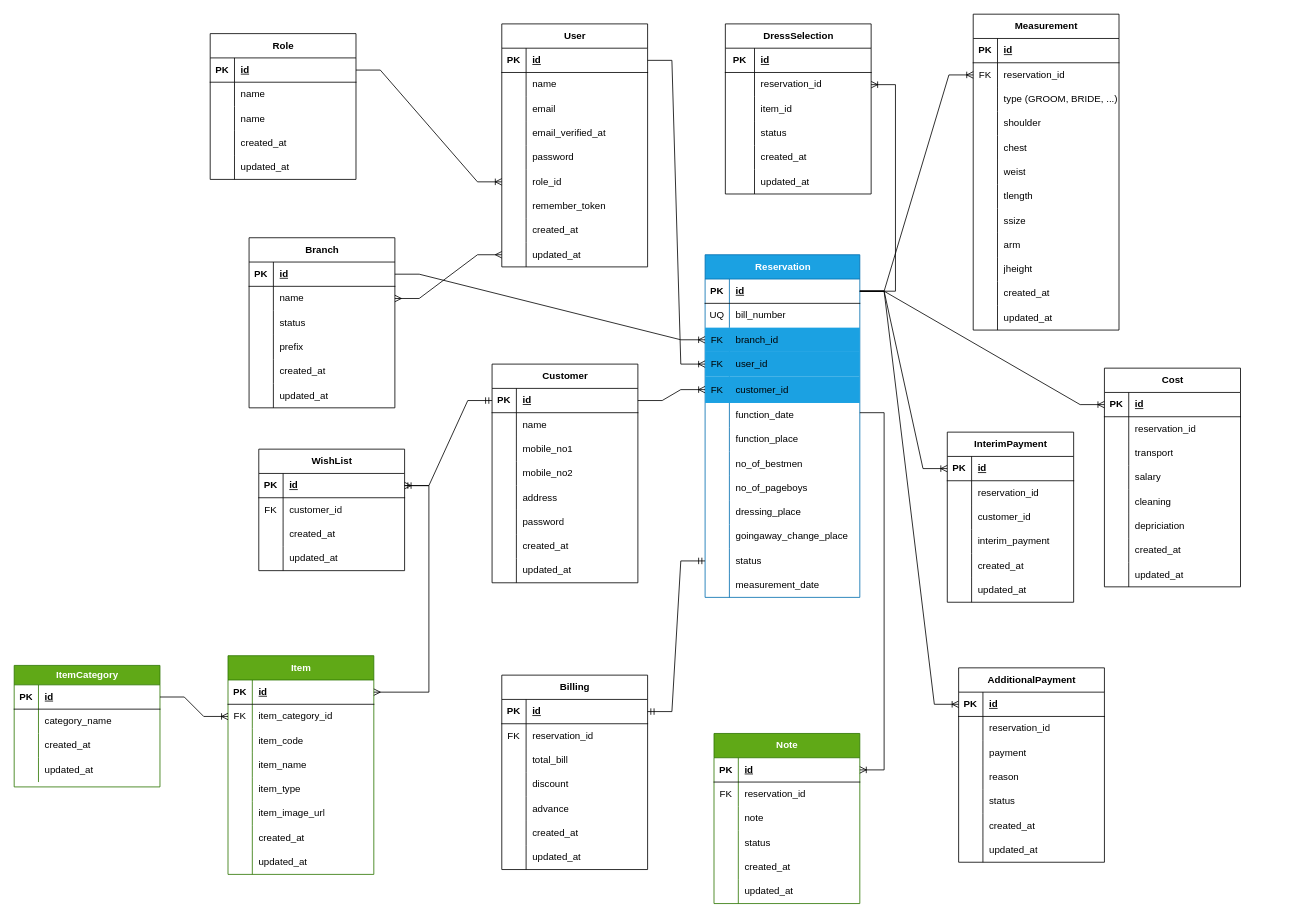
Earlier version of the draw.io diagram ERDiagram.drawio (ranidu-harshana/SriKulaMedura). Source tidied: cells renumbered, new cells numbered last; positions are measured from the earlier drawing's top-left corner, leaving out a move shared by most shapes. Both pictures are drawn from the tidied source at 81%, with x=0, y=0 at pixel (14, 14).
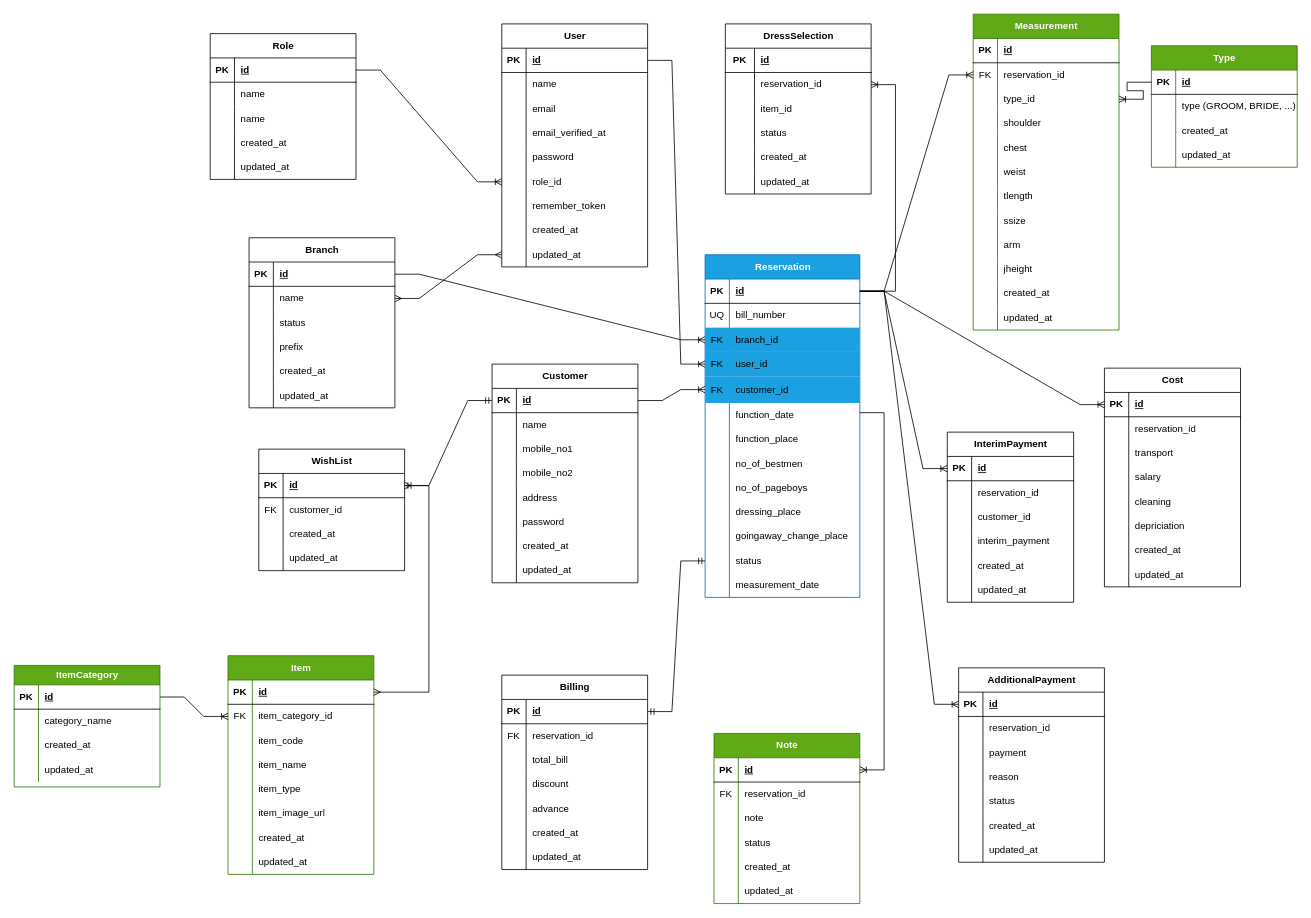
The same page after the edit.

Unchanged cells that the change refers to:
```xml
<mxCell id="72" style="shape=tableRow;horizontal=0;startSize=0;swimlaneHead=0;swimlaneBody=0;fillColor=none;points=[[0,0.5],[1,0.5]];portConstraint=eastwest;top=0;left=0;right=0;bottom=0;" parent="65" vertex="1">
  <mxGeometry y="90" width="180" height="30" as="geometry" />
</mxCell>
```

Diff of the diagram source:
```diff
@@
-    <mxCell id="65" value="Measurement" style="shape=table;startSize=30;childLayout=tableLayout;rowLines=0;fontStyle=1;align=center;html=1;" parent="1" vertex="1">
+    <mxCell id="65" value="Measurement" style="shape=table;startSize=30;childLayout=tableLayout;rowLines=0;fontStyle=1;align=center;html=1;fillColor=#60a917;fontColor=#ffffff;strokeColor=#2D7600;" parent="1" vertex="1">
       <mxGeometry x="1184" width="180" height="390" as="geometry" />
     </mxCell>
@@
-    <mxCell id="74" value="type (GROOM, BRIDE, ...)" style="shape=partialRectangle;fillColor=none;top=0;left=0;bottom=0;right=0;align=left;spacingLeft=6;overflow=hidden;whiteSpace=wrap;html=1;" parent="72" vertex="1">
+    <mxCell id="74" value="type_id" style="shape=partialRectangle;fillColor=none;top=0;left=0;bottom=0;right=0;align=left;spacingLeft=6;overflow=hidden;whiteSpace=wrap;html=1;" parent="72" vertex="1">
       <mxGeometry x="30" width="150" height="30" as="geometry" />
     </mxCell>
@@
+    <mxCell id="359" value="Type" style="shape=table;startSize=30;childLayout=tableLayout;rowLines=0;fontStyle=1;align=center;html=1;fillColor=#60a917;fontColor=#ffffff;strokeColor=#2D7600;" parent="1" vertex="1">
+      <mxGeometry x="1404" y="39" width="180" height="150" as="geometry" />
+    </mxCell>
+    <mxCell id="360" style="shape=tableRow;horizontal=0;startSize=0;swimlaneHead=0;swimlaneBody=0;fillColor=none;points=[[0,0.5],[1,0.5]];portConstraint=eastwest;top=0;left=0;right=0;bottom=1;" parent="359" vertex="1">
+      <mxGeometry y="30" width="180" height="30" as="geometry" />
+    </mxCell>
+    <mxCell id="361" value="PK" style="shape=partialRectangle;fillColor=none;top=0;left=0;bottom=0;right=0;fontStyle=1;overflow=hidden;whiteSpace=wrap;html=1;" parent="360" vertex="1">
+      <mxGeometry width="30" height="30" as="geometry" />
+    </mxCell>
+    <mxCell id="362" value="id" style="shape=partialRectangle;fillColor=none;top=0;left=0;bottom=0;right=0;align=left;spacingLeft=6;fontStyle=5;overflow=hidden;whiteSpace=wrap;html=1;" parent="360" vertex="1">
+      <mxGeometry x="30" width="150" height="30" as="geometry" />
+    </mxCell>
+    <mxCell id="363" style="shape=tableRow;horizontal=0;startSize=0;swimlaneHead=0;swimlaneBody=0;fillColor=none;top=0;left=0;right=0;bottom=0;" parent="359" vertex="1">
+      <mxGeometry y="60" width="180" height="30" as="geometry" />
+    </mxCell>
+    <mxCell id="364" style="shape=partialRectangle;fillColor=none;top=0;left=0;bottom=0;right=0;overflow=hidden;whiteSpace=wrap;html=1;" parent="363" vertex="1">
+      <mxGeometry width="30" height="30" as="geometry" />
+    </mxCell>
+    <mxCell id="365" value="type (GROOM, BRIDE, ...)" style="shape=partialRectangle;fillColor=none;top=0;left=0;bottom=0;right=0;align=left;spacingLeft=6;overflow=hidden;whiteSpace=wrap;html=1;" parent="363" vertex="1">
+      <mxGeometry x="30" width="150" height="30" as="geometry" />
+    </mxCell>
+    <mxCell id="366" style="shape=tableRow;horizontal=0;startSize=0;swimlaneHead=0;swimlaneBody=0;fillColor=none;top=0;left=0;right=0;bottom=0;" parent="359" vertex="1">
+      <mxGeometry y="90" width="180" height="30" as="geometry" />
+    </mxCell>
+    <mxCell id="367" style="shape=partialRectangle;fillColor=none;top=0;left=0;bottom=0;right=0;overflow=hidden;whiteSpace=wrap;html=1;" parent="366" vertex="1">
+      <mxGeometry width="30" height="30" as="geometry" />
+    </mxCell>
+    <mxCell id="368" value="created_at" style="shape=partialRectangle;fillColor=none;top=0;left=0;bottom=0;right=0;align=left;spacingLeft=6;overflow=hidden;whiteSpace=wrap;html=1;" parent="366" vertex="1">
+      <mxGeometry x="30" width="150" height="30" as="geometry" />
+    </mxCell>
+    <mxCell id="369" style="shape=tableRow;horizontal=0;startSize=0;swimlaneHead=0;swimlaneBody=0;fillColor=none;top=0;left=0;right=0;bottom=0;" parent="359" vertex="1">
+      <mxGeometry y="120" width="180" height="30" as="geometry" />
+    </mxCell>
+    <mxCell id="370" style="shape=partialRectangle;fillColor=none;top=0;left=0;bottom=0;right=0;overflow=hidden;whiteSpace=wrap;html=1;" parent="369" vertex="1">
+      <mxGeometry width="30" height="30" as="geometry" />
+    </mxCell>
+    <mxCell id="371" value="updated_at" style="shape=partialRectangle;fillColor=none;top=0;left=0;bottom=0;right=0;align=left;spacingLeft=6;overflow=hidden;whiteSpace=wrap;html=1;" parent="369" vertex="1">
+      <mxGeometry x="30" width="150" height="30" as="geometry" />
+    </mxCell>
+    <mxCell id="372" style="edgeStyle=entityRelationEdgeStyle;fontSize=12;html=1;endArrow=ERoneToMany;rounded=0;" parent="1" edge="1" source="360" target="72">
+      <mxGeometry relative="1" as="geometry" />
+    </mxCell>
```
